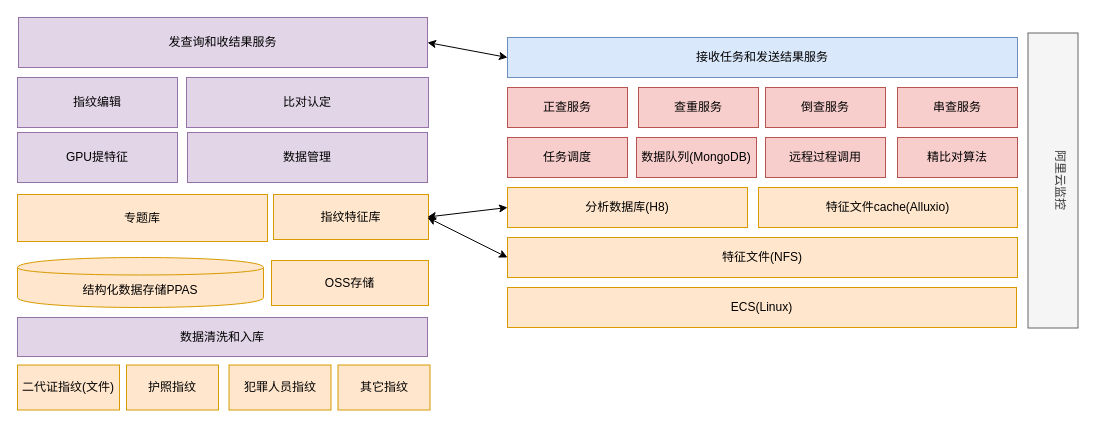
Above: Untitled Diagram.drawio in gray2blue/Sudoku (draw.io), before the change. Source tidied: cells renumbered, new cells numbered last; positions are measured from the earlier drawing's top-left corner, leaving out a move shared by most shapes. Both pictures are drawn from the tidied source at 100%, with x=0, y=0 at pixel (17, 17).
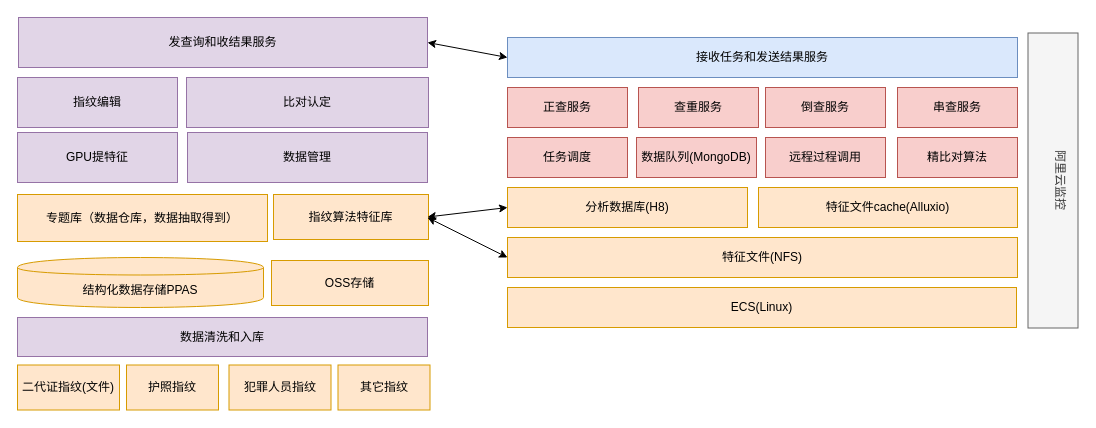
Above is the later version.

Change to the diagram source:
```diff
@@
-    <mxCell id="15" value="专题库" style="rounded=0;whiteSpace=wrap;html=1;fillColor=#ffe6cc;strokeColor=#d79b00;" parent="1" vertex="1">
+    <mxCell id="15" value="专题库（数据仓库，数据抽取得到）" style="rounded=0;whiteSpace=wrap;html=1;fillColor=#ffe6cc;strokeColor=#d79b00;" parent="1" vertex="1">
       <mxGeometry y="177" width="250" height="47" as="geometry" />
     </mxCell>
@@
-    <mxCell id="30" value="指纹特征库" style="rounded=0;whiteSpace=wrap;html=1;fillColor=#ffe6cc;strokeColor=#d79b00;" parent="1" vertex="1">
+    <mxCell id="30" value="指纹算法特征库" style="rounded=0;whiteSpace=wrap;html=1;fillColor=#ffe6cc;strokeColor=#d79b00;" parent="1" vertex="1">
       <mxGeometry x="256" y="177" width="155" height="45" as="geometry" />
     </mxCell>
```
